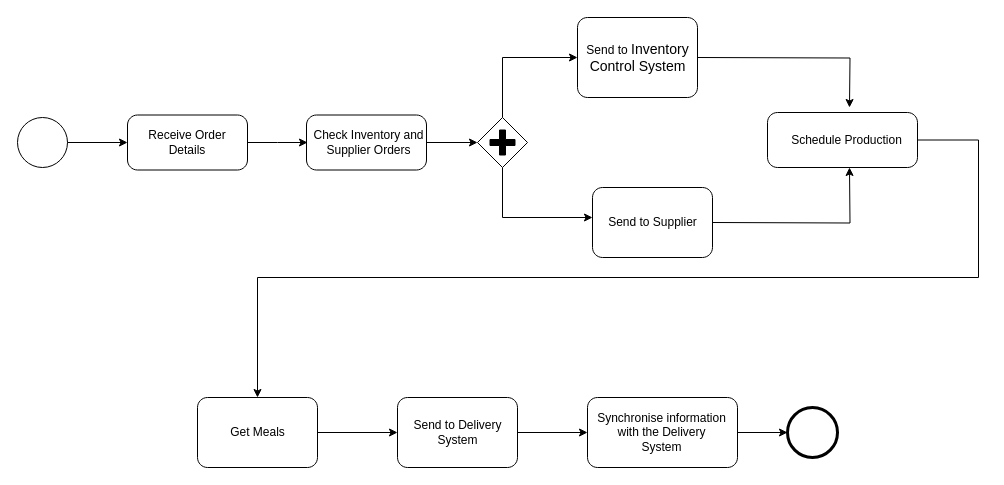
Earlier version of the draw.io diagram Production System.drawio (zft666zft/ESA-Assignment). Source tidied: cells renumbered, new cells numbered last; positions are measured from the earlier drawing's top-left corner, leaving out a move shared by most shapes. Both pictures are drawn from the tidied source at 100%, with x=0, y=0 at pixel (17, 17).
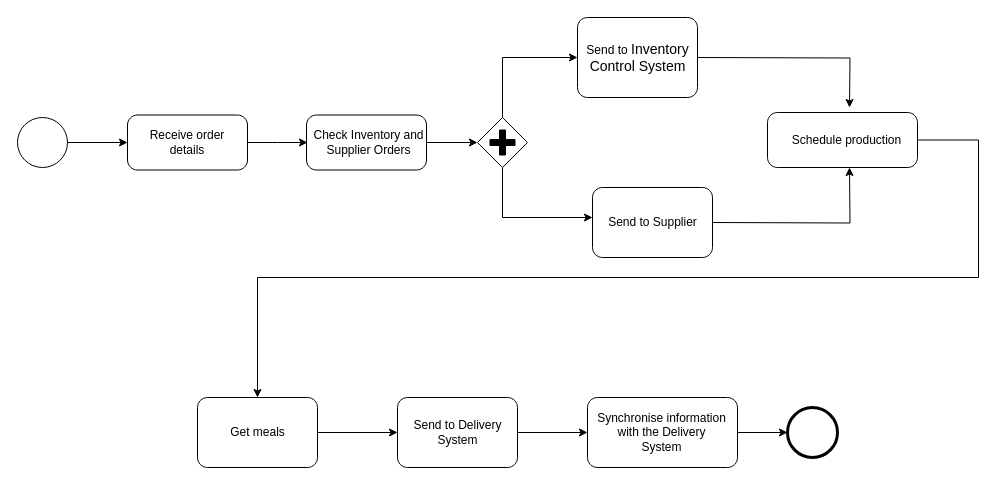
After the change.

Unchanged cells that the change refers to:
```xml
<mxCell id="5" style="points=[[0.25,0,0],[0.5,0,0],[0.75,0,0],[1,0.25,0],[1,0.5,0],[1,0.75,0],[0.75,1,0],[0.5,1,0],[0.25,1,0],[0,0.75,0],[0,0.5,0],[0,0.25,0]];shape=mxgraph.bpmn.task;whiteSpace=wrap;rectStyle=rounded;size=10;html=1;taskMarker=abstract;" parent="1" vertex="1">
  <mxGeometry x="110" y="97.5" width="120" height="55" as="geometry" />
</mxCell>
<mxCell id="20" style="points=[[0.25,0,0],[0.5,0,0],[0.75,0,0],[1,0.25,0],[1,0.5,0],[1,0.75,0],[0.75,1,0],[0.5,1,0],[0.25,1,0],[0,0.75,0],[0,0.5,0],[0,0.25,0]];shape=mxgraph.bpmn.task;whiteSpace=wrap;rectStyle=rounded;size=10;html=1;taskMarker=abstract;" parent="1" vertex="1">
  <mxGeometry x="750" y="95" width="150" height="55" as="geometry" />
</mxCell>
<mxCell id="24" style="points=[[0.25,0,0],[0.5,0,0],[0.75,0,0],[1,0.25,0],[1,0.5,0],[1,0.75,0],[0.75,1,0],[0.5,1,0],[0.25,1,0],[0,0.75,0],[0,0.5,0],[0,0.25,0]];shape=mxgraph.bpmn.task;whiteSpace=wrap;rectStyle=rounded;size=10;html=1;taskMarker=abstract;" parent="1" vertex="1">
  <mxGeometry x="180" y="380" width="120" height="70" as="geometry" />
</mxCell>
```

What changed in the source:
```diff
@@
-    <mxCell id="6" value="Receive Order Details" style="text;html=1;align=center;verticalAlign=middle;whiteSpace=wrap;rounded=0;" parent="5" vertex="1">
+    <mxCell id="6" value="Receive order details" style="text;html=1;align=center;verticalAlign=middle;whiteSpace=wrap;rounded=0;" parent="5" vertex="1">
       <mxGeometry x="20" y="12.5" width="80" height="30" as="geometry" />
     </mxCell>
@@
-    <mxCell id="21" value="&lt;p class=&quot;MsoNormal&quot;&gt;Schedule Production&lt;/p&gt;" style="text;html=1;align=center;verticalAlign=middle;whiteSpace=wrap;rounded=0;" parent="20" vertex="1">
+    <mxCell id="21" value="&lt;p class=&quot;MsoNormal&quot;&gt;Schedule production&lt;/p&gt;" style="text;html=1;align=center;verticalAlign=middle;whiteSpace=wrap;rounded=0;" parent="20" vertex="1">
       <mxGeometry x="18.8" y="12.5" width="121.2" height="30" as="geometry" />
     </mxCell>
@@
-    <mxCell id="25" value="Get Meals" style="text;html=1;align=center;verticalAlign=middle;whiteSpace=wrap;rounded=0;" parent="24" vertex="1">
+    <mxCell id="25" value="Get meals" style="text;html=1;align=center;verticalAlign=middle;whiteSpace=wrap;rounded=0;" parent="24" vertex="1">
       <mxGeometry x="7.5" y="15.9" width="105" height="38.2" as="geometry" />
     </mxCell>
```
